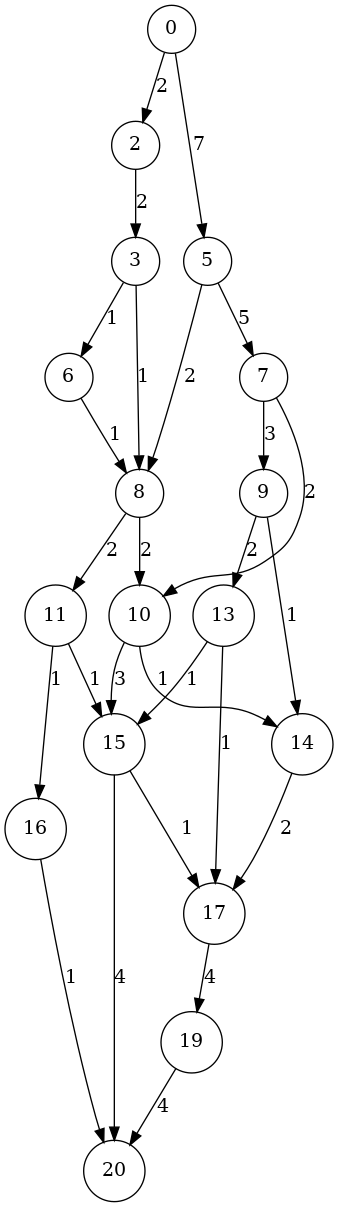
Earlier version of the Graphviz export figures/graphc.png (kaygun/ford-fulkerson). Its source is kept beside it as figures/graphc.dot.
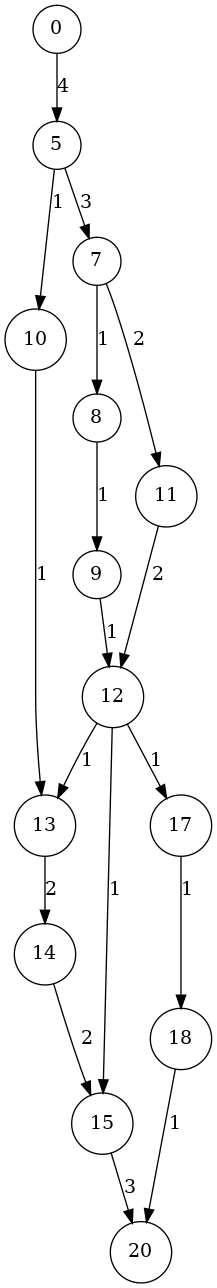
Later version of the same file.

What changed in the source:
```diff
@@ -1,29 +1,20 @@
 digraph G {
 node[shape=circle];
-"8" -> "11" [label=2];
-"10" -> "14" [label=1];
-"13" -> "15" [label=1];
-"10" -> "15" [label=3];
-"14" -> "17" [label=2];
-"2" -> "3" [label=2];
-"15" -> "17" [label=1];
-"0" -> "5" [label=7];
-"8" -> "10" [label=2];
-"15" -> "20" [label=4];
-"5" -> "7" [label=5];
-"9" -> "14" [label=1];
-"5" -> "8" [label=2];
-"6" -> "8" [label=1];
-"7" -> "9" [label=3];
-"13" -> "17" [label=1];
-"3" -> "6" [label=1];
-"7" -> "10" [label=2];
-"0" -> "2" [label=2];
-"11" -> "15" [label=1];
-"9" -> "13" [label=2];
-"3" -> "8" [label=1];
-"17" -> "19" [label=4];
-"16" -> "20" [label=1];
-"19" -> "20" [label=4];
-"11" -> "16" [label=1];
+"8" -> "9" [label=1];
+"7" -> "11" [label=2];
+"12" -> "17" [label=1];
+"10" -> "13" [label=1];
+"12" -> "13" [label=1];
+"5" -> "10" [label=1];
+"0" -> "5" [label=4];
+"17" -> "18" [label=1];
+"7" -> "8" [label=1];
+"9" -> "12" [label=1];
+"15" -> "20" [label=3];
+"14" -> "15" [label=2];
+"5" -> "7" [label=3];
+"11" -> "12" [label=2];
+"12" -> "15" [label=1];
+"18" -> "20" [label=1];
+"13" -> "14" [label=2];
 }
```
